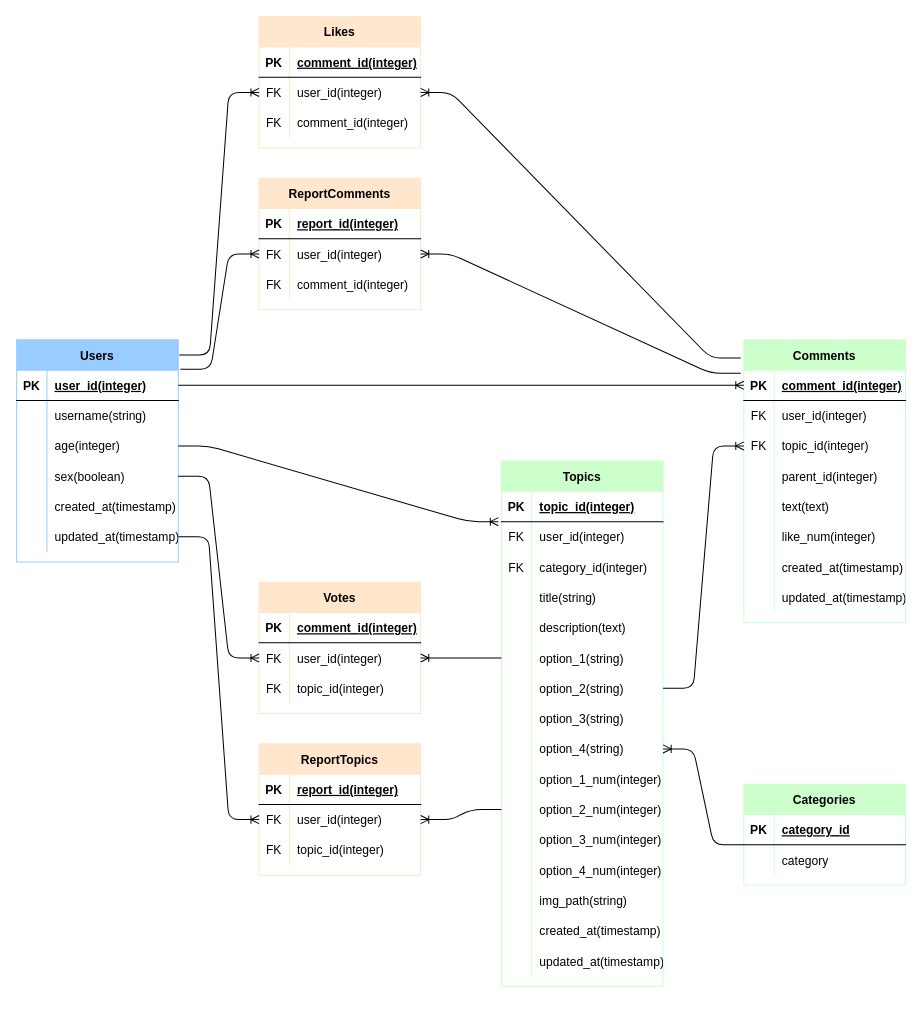
KamiHitoe/democratic-voting keeps this draw.io diagram as design/backend/ERD.drawio. Above is the earlier version. Source tidied: cells renumbered, new cells numbered last; positions are measured from the earlier drawing's top-left corner, leaving out a move shared by most shapes. Both pictures are drawn from the tidied source at 101%, with x=0, y=0 at pixel (16, 16).
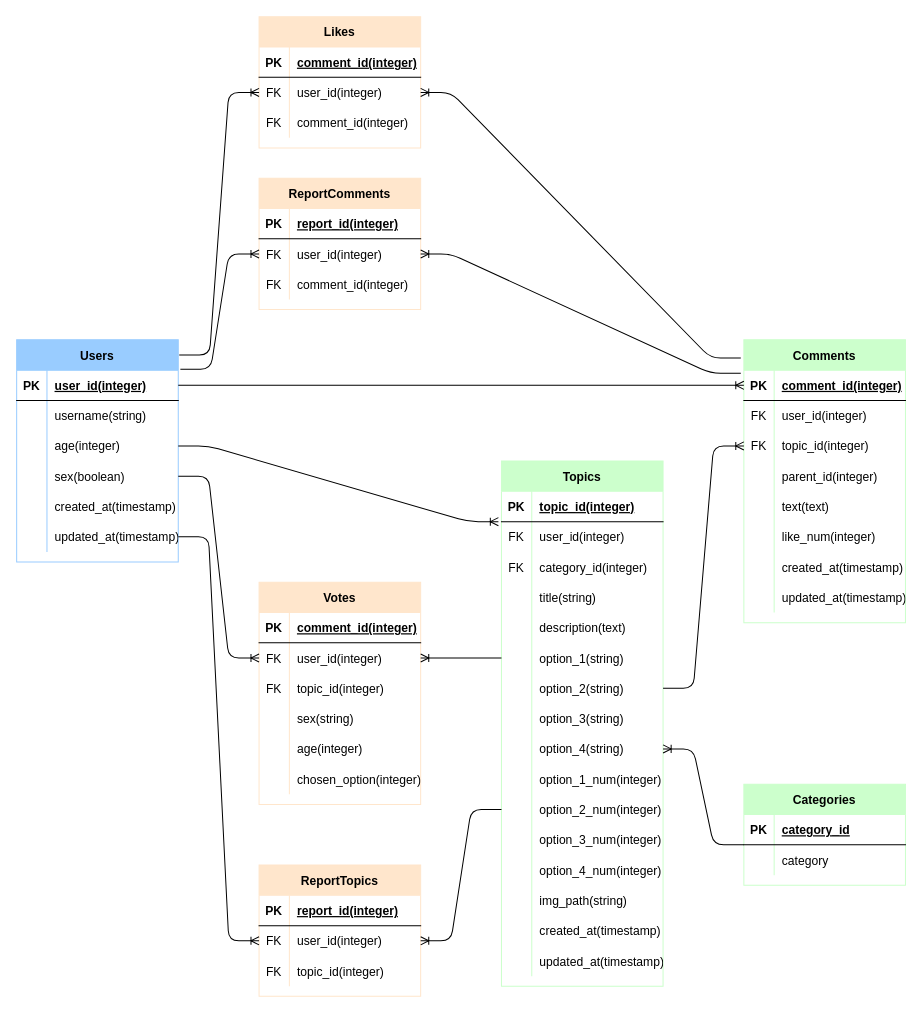
The same page after the edit.

Diff of the diagram source:
```diff
@@
     <mxCell id="116" value="Votes" style="shape=table;startSize=30;childLayout=tableLayout;rowLines=0;fontStyle=1;align=center;strokeColor=#FFE6CC;fillColor=#FFE6CC;fontColor=#000000;" parent="1" vertex="1">
-      <mxGeometry x="240" y="560" width="160" height="130" as="geometry" />
+      <mxGeometry x="240" y="560" width="160" height="220" as="geometry" />
     </mxCell>
@@
+    <mxCell id="154" style="shape=partialRectangle;fillColor=none;top=0;left=0;bottom=0;right=0;" parent="116" vertex="1">
+      <mxGeometry y="120" width="160" height="30" as="geometry" />
+    </mxCell>
+    <mxCell id="155" style="shape=partialRectangle;fillColor=none;top=0;left=0;bottom=0;right=0;overflow=hidden;" parent="154" vertex="1">
+      <mxGeometry width="30" height="30" as="geometry" />
+    </mxCell>
+    <mxCell id="156" value="sex(string)" style="shape=partialRectangle;fillColor=none;top=0;left=0;bottom=0;right=0;align=left;spacingLeft=6;overflow=hidden;" parent="154" vertex="1">
+      <mxGeometry x="30" width="130" height="30" as="geometry" />
+    </mxCell>
+    <mxCell id="157" style="shape=partialRectangle;fillColor=none;top=0;left=0;bottom=0;right=0;" parent="116" vertex="1">
+      <mxGeometry y="150" width="160" height="30" as="geometry" />
+    </mxCell>
+    <mxCell id="158" style="shape=partialRectangle;fillColor=none;top=0;left=0;bottom=0;right=0;overflow=hidden;" parent="157" vertex="1">
+      <mxGeometry width="30" height="30" as="geometry" />
+    </mxCell>
+    <mxCell id="159" value="age(integer)" style="shape=partialRectangle;fillColor=none;top=0;left=0;bottom=0;right=0;align=left;spacingLeft=6;overflow=hidden;" parent="157" vertex="1">
+      <mxGeometry x="30" width="130" height="30" as="geometry" />
+    </mxCell>
+    <mxCell id="160" style="shape=partialRectangle;fillColor=none;top=0;left=0;bottom=0;right=0;" parent="116" vertex="1">
+      <mxGeometry y="180" width="160" height="30" as="geometry" />
+    </mxCell>
+    <mxCell id="161" style="shape=partialRectangle;fillColor=none;top=0;left=0;bottom=0;right=0;overflow=hidden;" parent="160" vertex="1">
+      <mxGeometry width="30" height="30" as="geometry" />
+    </mxCell>
+    <mxCell id="162" value="chosen_option(integer)" style="shape=partialRectangle;fillColor=none;top=0;left=0;bottom=0;right=0;align=left;spacingLeft=6;overflow=hidden;" parent="160" vertex="1">
+      <mxGeometry x="30" width="130" height="30" as="geometry" />
+    </mxCell>
@@
     <mxCell id="142" value="ReportTopics" style="shape=table;startSize=30;childLayout=tableLayout;rowLines=0;fontStyle=1;align=center;strokeColor=#FFE6CC;fillColor=#FFE6CC;fontColor=#000000;" parent="1" vertex="1">
-      <mxGeometry x="240" y="720" width="160" height="130" as="geometry" />
+      <mxGeometry x="240" y="840" width="160" height="130" as="geometry" />
     </mxCell>
```
